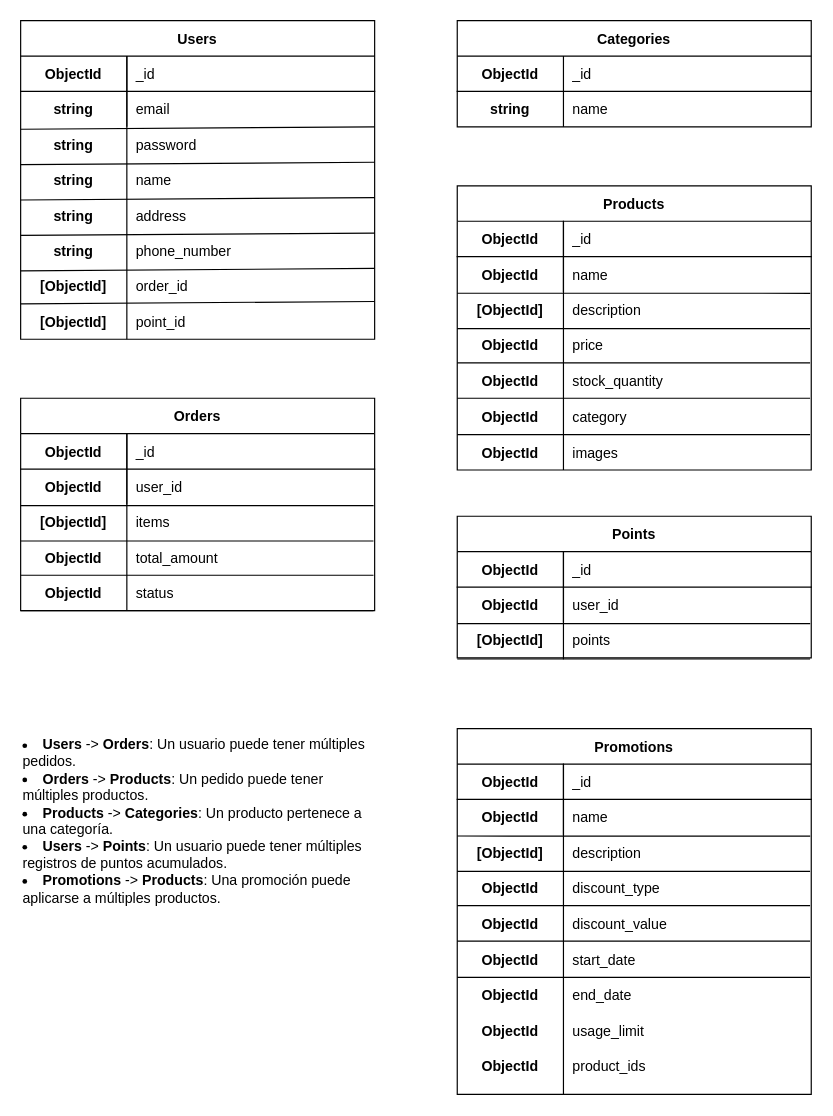
Before: delyapp.drawio in 0800WEB/Delyapp-back, a draw.io diagram. Source tidied: cells renumbered, new cells numbered last; positions are measured from the earlier drawing's top-left corner, leaving out a move shared by most shapes. Both pictures are drawn from the tidied source at 118%, with x=0, y=0 at pixel (20, 20).
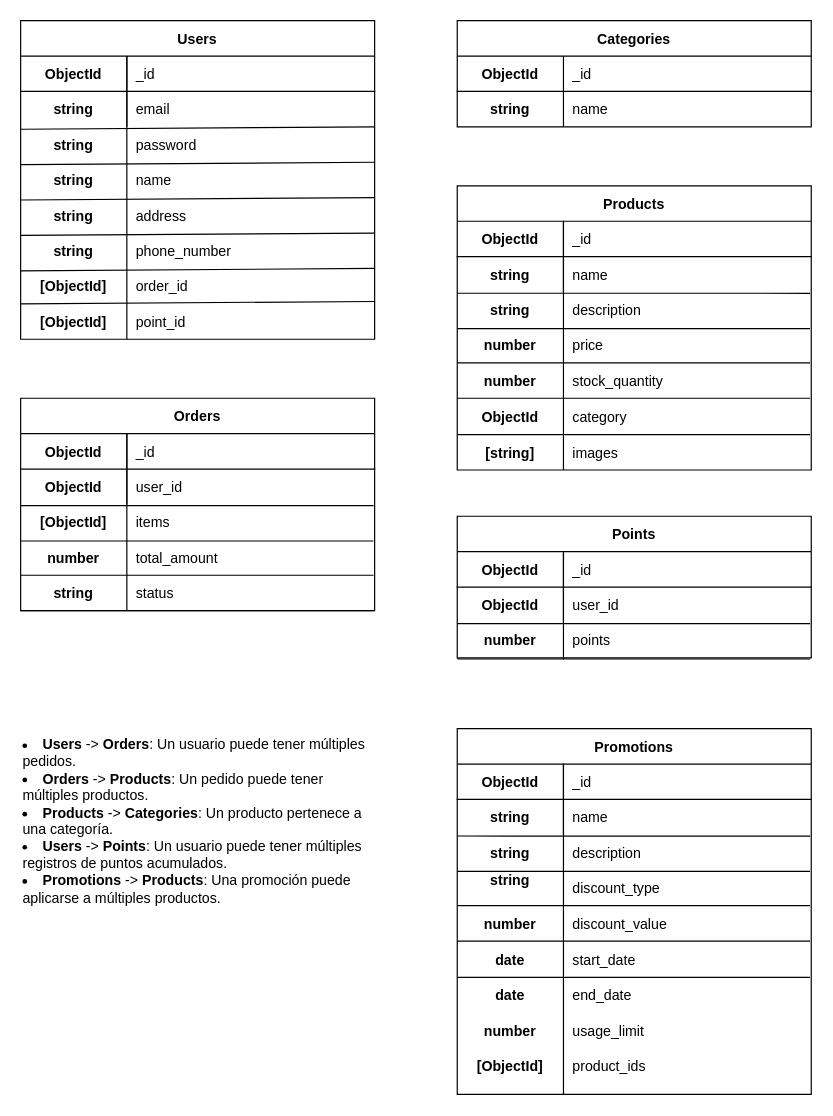
The same diagram, later.

The change refers to these unchanged cells:
```xml
<mxCell id="57" style="shape=partialRectangle;fillColor=none;points=[[0,0.5],[1,0.5]];portConstraint=eastwest;top=0;left=0;right=0;bottom=0;" parent="53" vertex="1">
  <mxGeometry y="60" width="300" height="30" as="geometry" />
</mxCell>
<mxCell id="92" style="shape=partialRectangle;fillColor=none;points=[[0,0.5],[1,0.5]];portConstraint=eastwest;top=0;left=0;right=0;bottom=0;" parent="88" vertex="1">
  <mxGeometry y="60" width="300" height="30" as="geometry" />
</mxCell>
```

Diff of the diagram source:
```diff
@@
-    <mxCell id="40" value="ObjectId" style="shape=partialRectangle;overflow=hidden;fillColor=none;top=0;left=0;bottom=0;right=0;fontStyle=1;strokeColor=default;" parent="1" vertex="1">
+    <mxCell id="40" value="number" style="shape=partialRectangle;overflow=hidden;fillColor=none;top=0;left=0;bottom=0;right=0;fontStyle=1;strokeColor=default;" parent="1" vertex="1">
       <mxGeometry y="440" width="90" height="30" as="geometry" />
     </mxCell>
@@
-    <mxCell id="44" value="ObjectId" style="shape=partialRectangle;overflow=hidden;fillColor=none;top=0;left=0;bottom=0;right=0;fontStyle=1;strokeColor=default;" parent="1" vertex="1">
+    <mxCell id="44" value="string" style="shape=partialRectangle;overflow=hidden;fillColor=none;top=0;left=0;bottom=0;right=0;fontStyle=1;strokeColor=default;" parent="1" vertex="1">
       <mxGeometry y="470" width="90" height="30" as="geometry" />
     </mxCell>
@@
-    <mxCell id="58" value="ObjectId" style="shape=partialRectangle;overflow=hidden;fillColor=none;top=0;left=0;bottom=0;right=0;strokeColor=default;align=center;verticalAlign=middle;fontFamily=Helvetica;fontSize=12;fontColor=default;fontStyle=1;" parent="57" vertex="1">
+    <mxCell id="58" value="string" style="shape=partialRectangle;overflow=hidden;fillColor=none;top=0;left=0;bottom=0;right=0;strokeColor=default;align=center;verticalAlign=middle;fontFamily=Helvetica;fontSize=12;fontColor=default;fontStyle=1;" parent="57" vertex="1">
       <mxGeometry width="90" height="30" as="geometry" />
     </mxCell>
@@
-    <mxCell id="60" value="[ObjectId]" style="shape=partialRectangle;overflow=hidden;fillColor=none;top=0;left=0;bottom=0;right=0;fontStyle=1;strokeColor=default;" parent="1" vertex="1">
+    <mxCell id="60" value="string" style="shape=partialRectangle;overflow=hidden;fillColor=none;top=0;left=0;bottom=0;right=0;fontStyle=1;strokeColor=default;" parent="1" vertex="1">
       <mxGeometry x="370" y="230" width="90" height="30" as="geometry" />
     </mxCell>
@@
-    <mxCell id="64" value="ObjectId" style="shape=partialRectangle;overflow=hidden;fillColor=none;top=0;left=0;bottom=0;right=0;fontStyle=1;strokeColor=default;" parent="1" vertex="1">
+    <mxCell id="64" value="number" style="shape=partialRectangle;overflow=hidden;fillColor=none;top=0;left=0;bottom=0;right=0;fontStyle=1;strokeColor=default;" parent="1" vertex="1">
       <mxGeometry x="370" y="260" width="90" height="30" as="geometry" />
     </mxCell>
@@
-    <mxCell id="68" value="ObjectId" style="shape=partialRectangle;overflow=hidden;fillColor=none;top=0;left=0;bottom=0;right=0;fontStyle=1;strokeColor=default;" parent="1" vertex="1">
+    <mxCell id="68" value="number" style="shape=partialRectangle;overflow=hidden;fillColor=none;top=0;left=0;bottom=0;right=0;fontStyle=1;strokeColor=default;" parent="1" vertex="1">
       <mxGeometry x="370" y="290" width="90" height="30" as="geometry" />
     </mxCell>
@@
-    <mxCell id="74" value="ObjectId" style="shape=partialRectangle;overflow=hidden;fillColor=none;top=0;left=0;bottom=0;right=0;fontStyle=1;strokeColor=default;" parent="1" vertex="1">
+    <mxCell id="74" value="[string]" style="shape=partialRectangle;overflow=hidden;fillColor=none;top=0;left=0;bottom=0;right=0;fontStyle=1;strokeColor=default;" parent="1" vertex="1">
       <mxGeometry x="370" y="350.8" width="90" height="30" as="geometry" />
     </mxCell>
@@
-    <mxCell id="83" value="[ObjectId]" style="shape=partialRectangle;overflow=hidden;fillColor=none;top=0;left=0;bottom=0;right=0;fontStyle=1;strokeColor=default;" parent="1" vertex="1">
+    <mxCell id="83" value="number" style="shape=partialRectangle;overflow=hidden;fillColor=none;top=0;left=0;bottom=0;right=0;fontStyle=1;strokeColor=default;" parent="1" vertex="1">
       <mxGeometry x="370" y="510" width="90" height="30" as="geometry" />
     </mxCell>
@@
-    <mxCell id="93" value="ObjectId" style="shape=partialRectangle;overflow=hidden;fillColor=none;top=0;left=0;bottom=0;right=0;strokeColor=default;align=center;verticalAlign=middle;fontFamily=Helvetica;fontSize=12;fontColor=default;fontStyle=1;" parent="92" vertex="1">
+    <mxCell id="93" value="string" style="shape=partialRectangle;overflow=hidden;fillColor=none;top=0;left=0;bottom=0;right=0;strokeColor=default;align=center;verticalAlign=middle;fontFamily=Helvetica;fontSize=12;fontColor=default;fontStyle=1;" parent="92" vertex="1">
       <mxGeometry width="90" height="30" as="geometry" />
     </mxCell>
@@
-    <mxCell id="95" value="[ObjectId]" style="shape=partialRectangle;overflow=hidden;fillColor=none;top=0;left=0;bottom=0;right=0;fontStyle=1;strokeColor=default;" parent="1" vertex="1">
+    <mxCell id="95" value="string" style="shape=partialRectangle;overflow=hidden;fillColor=none;top=0;left=0;bottom=0;right=0;fontStyle=1;strokeColor=default;" parent="1" vertex="1">
       <mxGeometry x="370" y="690" width="90" height="30" as="geometry" />
     </mxCell>
@@
-    <mxCell id="99" value="ObjectId" style="shape=partialRectangle;overflow=hidden;fillColor=none;top=0;left=0;bottom=0;right=0;fontStyle=1;strokeColor=default;" parent="1" vertex="1">
+    <mxCell id="99" value="string&#10;" style="shape=partialRectangle;overflow=hidden;fillColor=none;top=0;left=0;bottom=0;right=0;fontStyle=1;strokeColor=default;" parent="1" vertex="1">
       <mxGeometry x="370" y="720" width="90" height="30" as="geometry" />
     </mxCell>
@@
-    <mxCell id="103" value="ObjectId" style="shape=partialRectangle;overflow=hidden;fillColor=none;top=0;left=0;bottom=0;right=0;fontStyle=1;strokeColor=default;" parent="1" vertex="1">
+    <mxCell id="103" value="number" style="shape=partialRectangle;overflow=hidden;fillColor=none;top=0;left=0;bottom=0;right=0;fontStyle=1;strokeColor=default;" parent="1" vertex="1">
       <mxGeometry x="370" y="750" width="90" height="30" as="geometry" />
     </mxCell>
@@
-    <mxCell id="106" value="ObjectId" style="shape=partialRectangle;overflow=hidden;fillColor=none;top=0;left=0;bottom=0;right=0;fontStyle=1;strokeColor=default;" parent="1" vertex="1">
+    <mxCell id="106" value="date" style="shape=partialRectangle;overflow=hidden;fillColor=none;top=0;left=0;bottom=0;right=0;fontStyle=1;strokeColor=default;" parent="1" vertex="1">
       <mxGeometry x="370" y="780.8" width="90" height="30" as="geometry" />
     </mxCell>
@@
-    <mxCell id="109" value="ObjectId" style="shape=partialRectangle;overflow=hidden;fillColor=none;top=0;left=0;bottom=0;right=0;fontStyle=1;strokeColor=default;" parent="1" vertex="1">
+    <mxCell id="109" value="date" style="shape=partialRectangle;overflow=hidden;fillColor=none;top=0;left=0;bottom=0;right=0;fontStyle=1;strokeColor=default;" parent="1" vertex="1">
       <mxGeometry x="370" y="810.8" width="90" height="30" as="geometry" />
     </mxCell>
@@
-    <mxCell id="111" value="ObjectId" style="shape=partialRectangle;overflow=hidden;fillColor=none;top=0;left=0;bottom=0;right=0;fontStyle=1;strokeColor=default;" parent="1" vertex="1">
+    <mxCell id="111" value="number" style="shape=partialRectangle;overflow=hidden;fillColor=none;top=0;left=0;bottom=0;right=0;fontStyle=1;strokeColor=default;" parent="1" vertex="1">
       <mxGeometry x="370" y="840.8" width="90" height="30" as="geometry" />
     </mxCell>
@@
-    <mxCell id="113" value="ObjectId" style="shape=partialRectangle;overflow=hidden;fillColor=none;top=0;left=0;bottom=0;right=0;fontStyle=1;strokeColor=default;" parent="1" vertex="1">
+    <mxCell id="113" value="[ObjectId]" style="shape=partialRectangle;overflow=hidden;fillColor=none;top=0;left=0;bottom=0;right=0;fontStyle=1;strokeColor=default;" parent="1" vertex="1">
       <mxGeometry x="370" y="870.8" width="90" height="30" as="geometry" />
     </mxCell>
```
